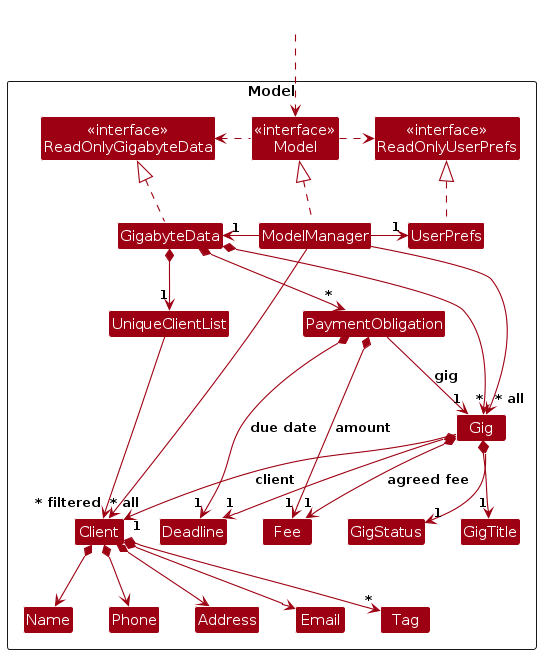
Before: diagrams/ModelClassDiagram.png, a diagram exported from PlantUML (AY2627S1-CS2103T-W14-4/tp). Its source is kept beside it as diagrams/ModelClassDiagram.puml.
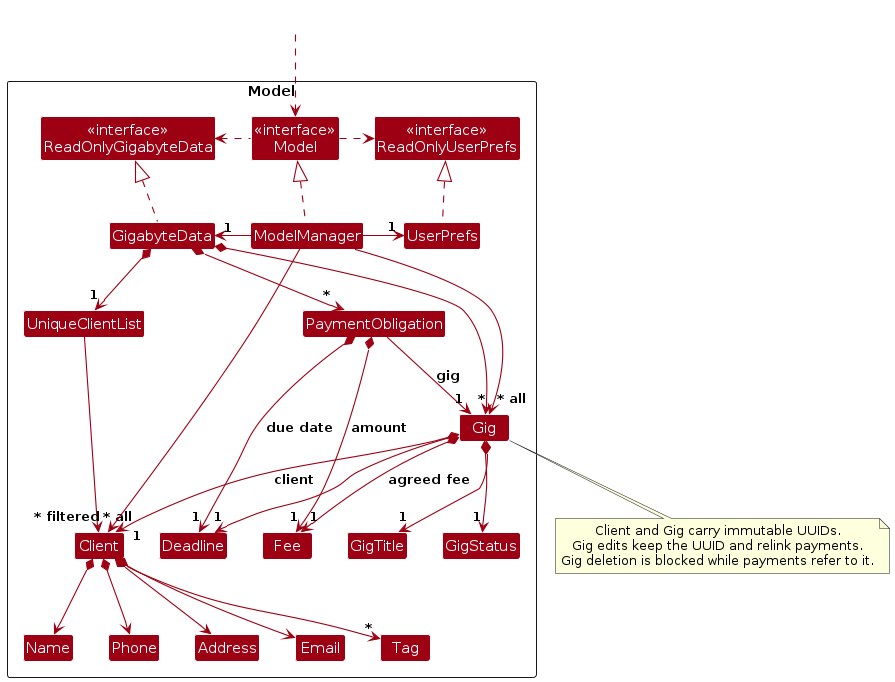
Above is the later version.

The edit, as a diff of the source:
```diff
@@ -68,4 +68,9 @@
 
 ModelManager --> "~* filtered" Client
 ModelManager --> "~* all" Gig
+note bottom of Gig
+  Client and Gig carry immutable UUIDs.
+  Gig edits keep the UUID and relink payments.
+  Gig deletion is blocked while payments refer to it.
+end note
 @enduml
```
